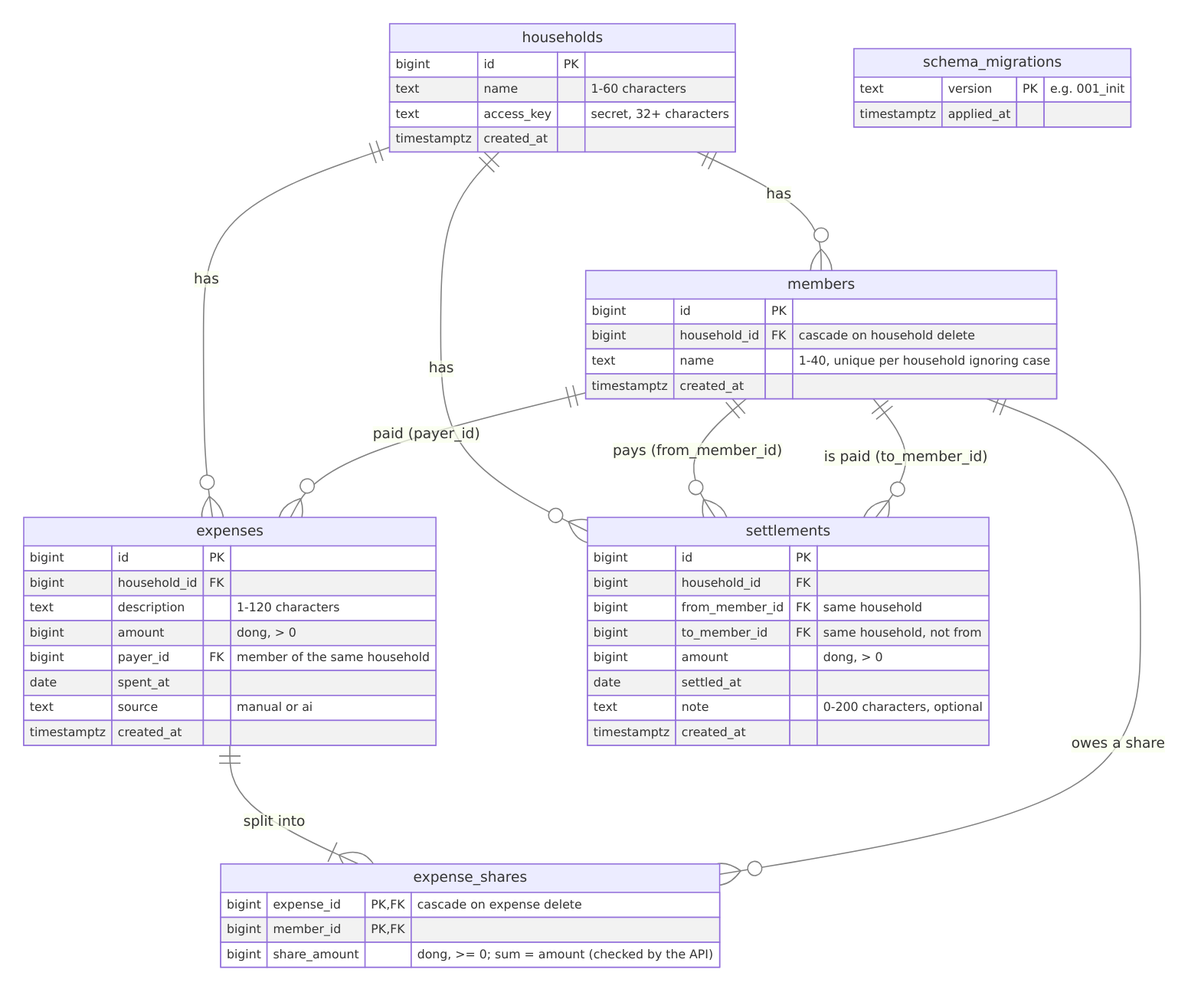
Before: docs/diagrams/er.png, a diagram exported from Mermaid (NeitLN/Fair-Share). Its source is kept beside it as docs/diagrams/er.mmd. The source it was exported from:
```mermaid
erDiagram
    households ||--o{ members : "has"
    households ||--o{ expenses : "has"
    households ||--o{ settlements : "has"
    members ||--o{ expenses : "paid (payer_id)"
    expenses ||--|{ expense_shares : "split into"
    members ||--o{ expense_shares : "owes a share"
    members ||--o{ settlements : "pays (from_member_id)"
    members ||--o{ settlements : "is paid (to_member_id)"

    households {
        bigint id PK
        text name "1-60 characters"
        text access_key "secret, 32+ characters"
        timestamptz created_at
    }
    members {
        bigint id PK
        bigint household_id FK "cascade on household delete"
        text name "1-40, unique per household ignoring case"
        timestamptz created_at
    }
    expenses {
        bigint id PK
        bigint household_id FK
        text description "1-120 characters"
        bigint amount "dong, > 0"
        bigint payer_id FK "member of the same household"
        date spent_at
        text source "manual or ai"
        timestamptz created_at
    }
    expense_shares {
        bigint expense_id PK, FK "cascade on expense delete"
        bigint member_id PK, FK
        bigint share_amount "dong, >= 0; sum = amount (checked by the API)"
    }
    settlements {
        bigint id PK
        bigint household_id FK
        bigint from_member_id FK "same household"
        bigint to_member_id FK "same household, not from"
        bigint amount "dong, > 0"
        date settled_at
        text note "0-200 characters, optional"
        timestamptz created_at
    }
    schema_migrations {
        text version PK "e.g. 001_init"
        timestamptz applied_at
    }
```
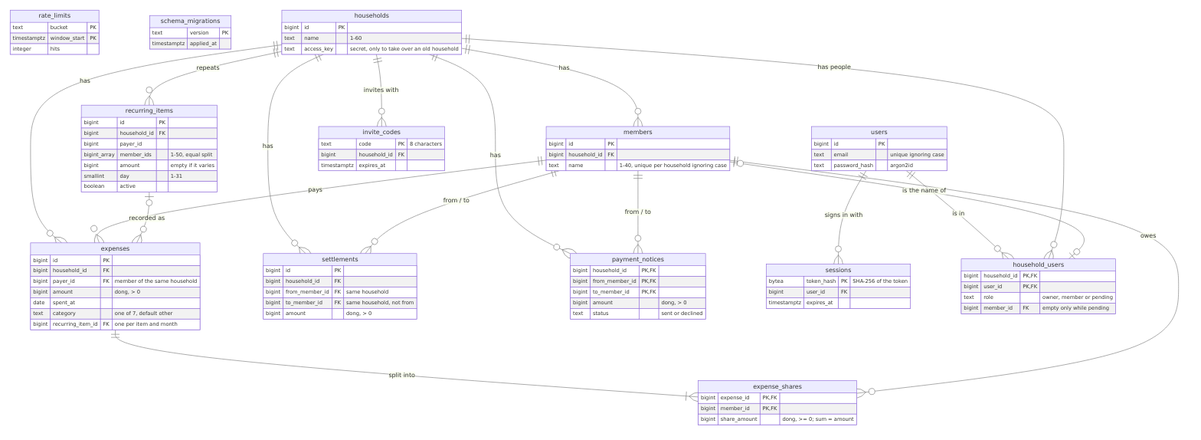
After the commit.

Commit message:
docs(report): accounts in §2 and §5, ER diagram with the new tables (#167)

Change to the diagram source:
```diff
@@ -1,39 +1,53 @@
 erDiagram
+    rate_limits {
+        text bucket PK
+        timestamptz window_start PK
+        integer hits
+    }
+    schema_migrations {
+        text version PK
+        timestamptz applied_at
+    }
     households ||--o{ members : "has"
     households ||--o{ expenses : "has"
     households ||--o{ settlements : "has"
-    members ||--o{ expenses : "paid (payer_id)"
+    households ||--o{ recurring_items : "repeats"
+    households ||--o{ payment_notices : "has"
+    members ||--o{ expenses : "pays"
     expenses ||--|{ expense_shares : "split into"
-    members ||--o{ expense_shares : "owes a share"
-    members ||--o{ settlements : "pays (from_member_id)"
-    members ||--o{ settlements : "is paid (to_member_id)"
+    members ||--o{ expense_shares : "owes"
+    members ||--o{ settlements : "from / to"
+    members ||--o{ payment_notices : "from / to"
+    recurring_items |o--o{ expenses : "recorded as"
+    users ||--o{ sessions : "signs in with"
+    users ||--o{ household_users : "is in"
+    households ||--o{ household_users : "has people"
+    members |o--o| household_users : "is the name of"
+    households ||--o{ invite_codes : "invites with"
 
     households {
         bigint id PK
-        text name "1-60 characters"
-        text access_key "secret, 32+ characters"
-        timestamptz created_at
+        text name "1-60"
+        text access_key "secret, only to take over an old household"
     }
     members {
         bigint id PK
-        bigint household_id FK "cascade on household delete"
+        bigint household_id FK
         text name "1-40, unique per household ignoring case"
-        timestamptz created_at
     }
     expenses {
         bigint id PK
         bigint household_id FK
-        text description "1-120 characters"
+        bigint payer_id FK "member of the same household"
         bigint amount "dong, > 0"
-        bigint payer_id FK "member of the same household"
         date spent_at
-        text source "manual or ai"
-        timestamptz created_at
+        text category "one of 7, default other"
+        bigint recurring_item_id FK "one per item and month"
     }
     expense_shares {
-        bigint expense_id PK, FK "cascade on expense delete"
+        bigint expense_id PK, FK
         bigint member_id PK, FK
-        bigint share_amount "dong, >= 0; sum = amount (checked by the API)"
+        bigint share_amount "dong, >= 0; sum = amount"
     }
     settlements {
         bigint id PK
@@ -41,11 +55,41 @@
         bigint from_member_id FK "same household"
         bigint to_member_id FK "same household, not from"
         bigint amount "dong, > 0"
-        date settled_at
-        text note "0-200 characters, optional"
-        timestamptz created_at
     }
-    schema_migrations {
-        text version PK "e.g. 001_init"
-        timestamptz applied_at
+    recurring_items {
+        bigint id PK
+        bigint household_id FK
+        bigint payer_id
+        bigint_array member_ids "1-50, equal split"
+        bigint amount "empty if it varies"
+        smallint day "1-31"
+        boolean active
     }
+    payment_notices {
+        bigint household_id PK, FK
+        bigint from_member_id PK, FK
+        bigint to_member_id PK, FK
+        bigint amount "dong, > 0"
+        text status "sent or declined"
+    }
+    users {
+        bigint id PK
+        text email "unique ignoring case"
+        text password_hash "argon2id"
+    }
+    sessions {
+        bytea token_hash PK "SHA-256 of the token"
+        bigint user_id FK
+        timestamptz expires_at
+    }
+    household_users {
+        bigint household_id PK, FK
+        bigint user_id PK, FK
+        text role "owner, member or pending"
+        bigint member_id FK "empty only while pending"
+    }
+    invite_codes {
+        text code PK "8 characters"
+        bigint household_id FK
+        timestamptz expires_at
+    }
```
